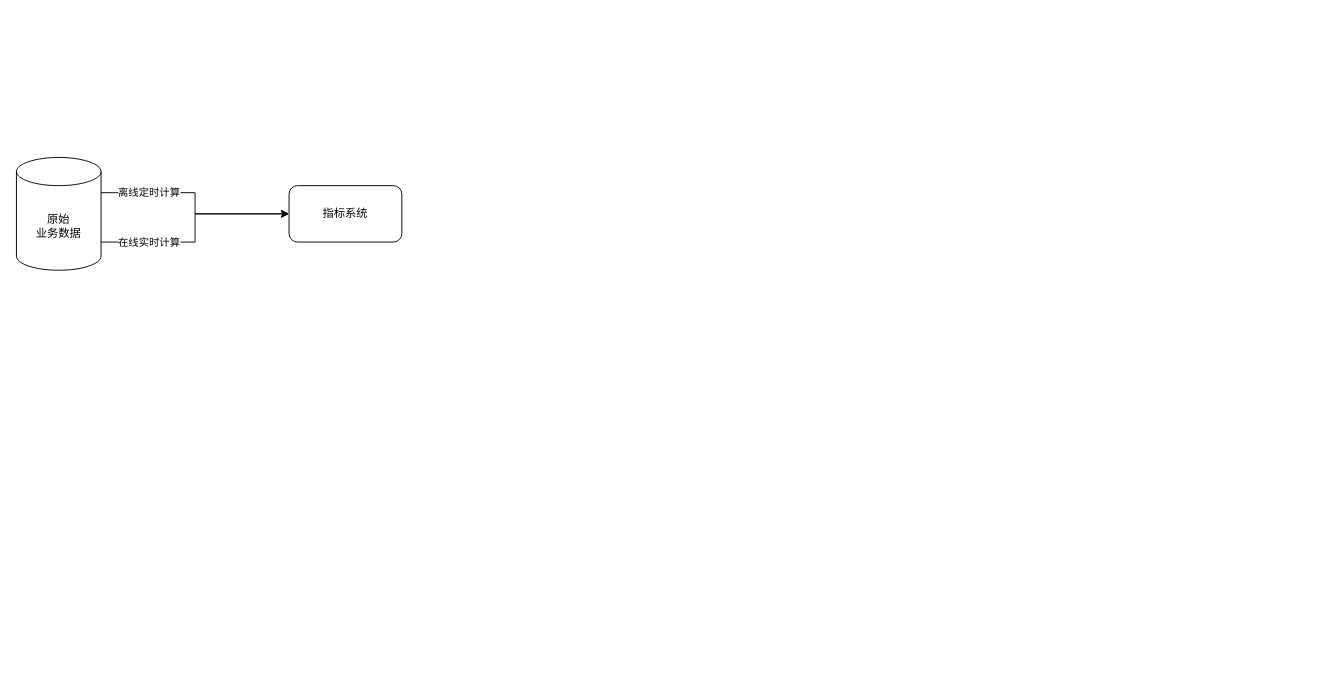
The draw.io diagram 太平/核保体系.drawio in XiaoLiuAI/diagrams, before the edit. Source tidied: cells renumbered, new cells numbered last; positions are measured from the earlier drawing's top-left corner, leaving out a move shared by most shapes. Both pictures are drawn from the tidied source at 94%, with x=0, y=0 at pixel (16, 157).
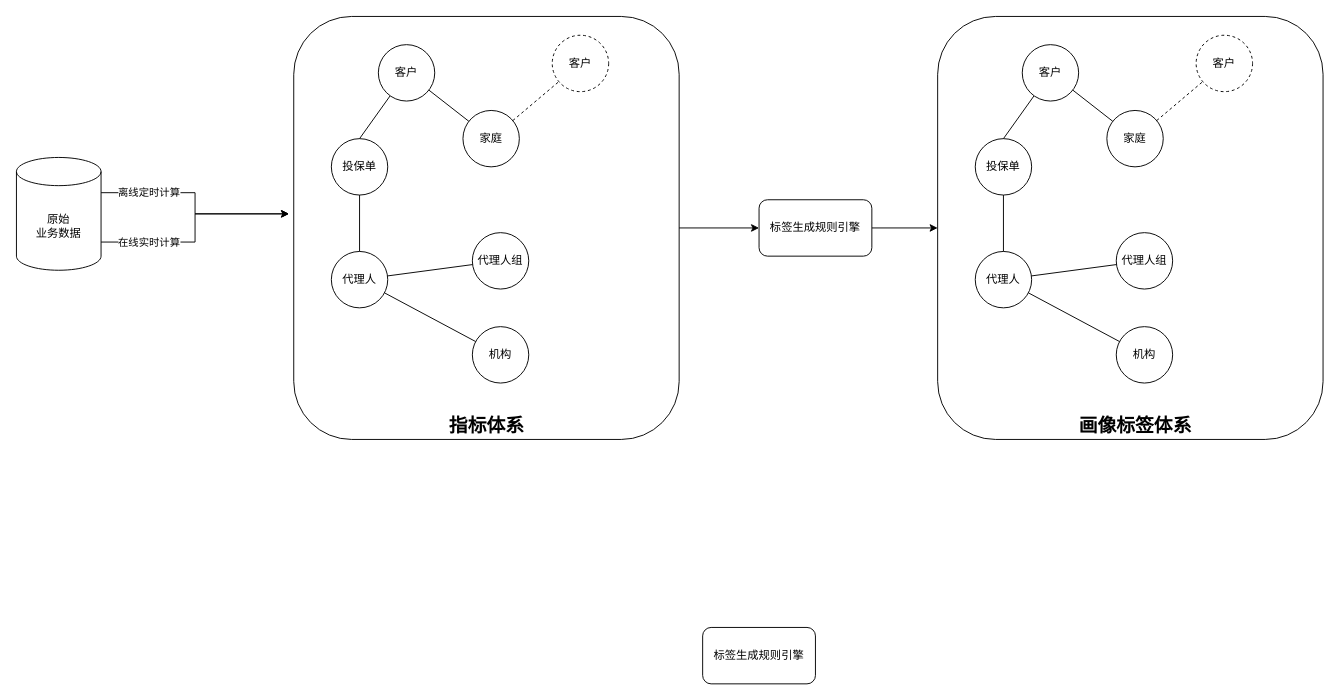
The same page after the edit.

The change refers to these unchanged cells:
```xml
<mxCell id="6" value="原始&lt;br&gt;业务数据" style="shape=cylinder3;whiteSpace=wrap;html=1;boundedLbl=1;backgroundOutline=1;size=15;" parent="1" vertex="1">
  <mxGeometry width="90" height="120" as="geometry" />
</mxCell>
```

The edit, as a diff of the source:
```diff
@@
-    <mxCell id="2" style="edgeStyle=orthogonalEdgeStyle;rounded=0;jettySize=auto;html=1;exitX=1;exitY=0;exitDx=0;exitDy=37.5;exitPerimeter=0;" parent="1" edge="1" source="6" target="7">
+    <mxCell id="2" style="edgeStyle=orthogonalEdgeStyle;rounded=0;jettySize=auto;html=1;exitX=1;exitY=0;exitDx=0;exitDy=37.5;exitPerimeter=0;" parent="1" edge="1" source="6">
       <mxGeometry relative="1" as="geometry">
+        <mxPoint x="290" y="60" as="targetPoint" />
         <Array as="points">
           <mxPoint x="190" y="38" />
           <mxPoint x="190" y="60" />
         </Array>
       </mxGeometry>
     </mxCell>
@@
-    <mxCell id="4" style="edgeStyle=orthogonalEdgeStyle;rounded=0;jettySize=auto;html=1;entryX=0;entryY=0.5;entryDx=0;entryDy=0;" parent="1" edge="1" source="6" target="7">
+    <mxCell id="4" style="edgeStyle=orthogonalEdgeStyle;rounded=0;jettySize=auto;html=1;entryX=0;entryY=0.5;entryDx=0;entryDy=0;" parent="1" edge="1" source="6">
       <mxGeometry relative="1" as="geometry">
+        <mxPoint x="290" y="60" as="targetPoint" />
         <Array as="points">
           <mxPoint x="190" y="90" />
           <mxPoint x="190" y="60" />
         </Array>
       </mxGeometry>
     </mxCell>
@@
-    <mxCell id="7" value="指标系统" style="rounded=1;whiteSpace=wrap;html=1;" parent="1" vertex="1">
-      <mxGeometry x="290" y="30" width="120" height="60" as="geometry" />
-    </mxCell>
+    <mxCell id="8" style="group;" parent="1" vertex="1">
+      <mxGeometry x="295" y="-150" width="410" height="450" as="geometry" />
+    </mxCell>
+    <mxCell id="9" style="rounded=1;whiteSpace=wrap;html=1;fillColor=none;" parent="8" vertex="1">
+      <mxGeometry width="410" height="450" as="geometry" />
+    </mxCell>
+    <mxCell id="10" value="投保单" style="ellipse;whiteSpace=wrap;html=1;" parent="8" vertex="1">
+      <mxGeometry x="40" y="130" width="60" height="60" as="geometry" />
+    </mxCell>
+    <mxCell id="11" style="rounded=0;jettySize=auto;html=1;entryX=0.5;entryY=0;entryDx=0;entryDy=0;endArrow=none;endFill=0;" parent="8" edge="1" source="12" target="10">
+      <mxGeometry relative="1" as="geometry" />
+    </mxCell>
+    <mxCell id="12" value="客户" style="ellipse;whiteSpace=wrap;html=1;" parent="8" vertex="1">
+      <mxGeometry x="90" y="30" width="60" height="60" as="geometry" />
+    </mxCell>
+    <mxCell id="13" value="代理人" style="ellipse;whiteSpace=wrap;html=1;" parent="8" vertex="1">
+      <mxGeometry x="40" y="250" width="60" height="60" as="geometry" />
+    </mxCell>
+    <mxCell id="14" style="rounded=0;jettySize=auto;html=1;endArrow=none;endFill=0;" parent="8" edge="1" source="10" target="13">
+      <mxGeometry relative="1" as="geometry" />
+    </mxCell>
+    <mxCell id="15" value="代理人组" style="ellipse;whiteSpace=wrap;html=1;" parent="8" vertex="1">
+      <mxGeometry x="190" y="230" width="60" height="60" as="geometry" />
+    </mxCell>
+    <mxCell id="16" style="rounded=0;jettySize=auto;html=1;endArrow=none;endFill=0;" parent="8" edge="1" source="13" target="15">
+      <mxGeometry relative="1" as="geometry" />
+    </mxCell>
+    <mxCell id="17" value="家庭" style="ellipse;whiteSpace=wrap;html=1;" parent="8" vertex="1">
+      <mxGeometry x="180" y="100" width="60" height="60" as="geometry" />
+    </mxCell>
+    <mxCell id="18" style="rounded=0;jettySize=auto;html=1;endArrow=none;endFill=0;" parent="8" edge="1" source="12" target="17">
+      <mxGeometry relative="1" as="geometry" />
+    </mxCell>
+    <mxCell id="19" value="机构" style="ellipse;whiteSpace=wrap;html=1;" parent="8" vertex="1">
+      <mxGeometry x="190" y="330" width="60" height="60" as="geometry" />
+    </mxCell>
+    <mxCell id="20" style="rounded=0;jettySize=auto;html=1;endArrow=none;endFill=0;" parent="8" edge="1" source="13" target="19">
+      <mxGeometry relative="1" as="geometry" />
+    </mxCell>
+    <mxCell id="21" value="客户" style="ellipse;whiteSpace=wrap;html=1;dashed=1;" parent="8" vertex="1">
+      <mxGeometry x="275" y="20" width="60" height="60" as="geometry" />
+    </mxCell>
+    <mxCell id="22" style="rounded=0;jettySize=auto;html=1;endArrow=none;endFill=0;dashed=1;" parent="8" edge="1" source="17" target="21">
+      <mxGeometry relative="1" as="geometry" />
+    </mxCell>
+    <mxCell id="23" value="&lt;b&gt;指标体系&lt;/b&gt;" style="text;html=1;strokeColor=none;fillColor=none;align=center;verticalAlign=middle;whiteSpace=wrap;rounded=0;fontSize=20;" parent="8" vertex="1">
+      <mxGeometry x="147.5" y="420" width="115" height="30" as="geometry" />
+    </mxCell>
+    <mxCell id="24" style="group;" parent="1" vertex="1">
+      <mxGeometry x="980" y="-150" width="410" height="450" as="geometry" />
+    </mxCell>
+    <mxCell id="25" style="rounded=1;whiteSpace=wrap;html=1;fillColor=none;" parent="24" vertex="1">
+      <mxGeometry width="410" height="450" as="geometry" />
+    </mxCell>
+    <mxCell id="26" value="投保单" style="ellipse;whiteSpace=wrap;html=1;" parent="24" vertex="1">
+      <mxGeometry x="40" y="130" width="60" height="60" as="geometry" />
+    </mxCell>
+    <mxCell id="27" style="rounded=0;jettySize=auto;html=1;entryX=0.5;entryY=0;entryDx=0;entryDy=0;endArrow=none;endFill=0;" parent="24" edge="1" source="28" target="26">
+      <mxGeometry relative="1" as="geometry" />
+    </mxCell>
+    <mxCell id="28" value="客户" style="ellipse;whiteSpace=wrap;html=1;" parent="24" vertex="1">
+      <mxGeometry x="90" y="30" width="60" height="60" as="geometry" />
+    </mxCell>
+    <mxCell id="29" value="代理人" style="ellipse;whiteSpace=wrap;html=1;" parent="24" vertex="1">
+      <mxGeometry x="40" y="250" width="60" height="60" as="geometry" />
+    </mxCell>
+    <mxCell id="30" style="rounded=0;jettySize=auto;html=1;endArrow=none;endFill=0;" parent="24" edge="1" source="26" target="29">
+      <mxGeometry relative="1" as="geometry" />
+    </mxCell>
+    <mxCell id="31" value="代理人组" style="ellipse;whiteSpace=wrap;html=1;" parent="24" vertex="1">
+      <mxGeometry x="190" y="230" width="60" height="60" as="geometry" />
+    </mxCell>
+    <mxCell id="32" style="rounded=0;jettySize=auto;html=1;endArrow=none;endFill=0;" parent="24" edge="1" source="29" target="31">
+      <mxGeometry relative="1" as="geometry" />
+    </mxCell>
+    <mxCell id="33" value="家庭" style="ellipse;whiteSpace=wrap;html=1;" parent="24" vertex="1">
+      <mxGeometry x="180" y="100" width="60" height="60" as="geometry" />
+    </mxCell>
+    <mxCell id="34" style="rounded=0;jettySize=auto;html=1;endArrow=none;endFill=0;" parent="24" edge="1" source="28" target="33">
+      <mxGeometry relative="1" as="geometry" />
+    </mxCell>
+    <mxCell id="35" value="机构" style="ellipse;whiteSpace=wrap;html=1;" parent="24" vertex="1">
+      <mxGeometry x="190" y="330" width="60" height="60" as="geometry" />
+    </mxCell>
+    <mxCell id="36" style="rounded=0;jettySize=auto;html=1;endArrow=none;endFill=0;" parent="24" edge="1" source="29" target="35">
+      <mxGeometry relative="1" as="geometry" />
+    </mxCell>
+    <mxCell id="37" value="客户" style="ellipse;whiteSpace=wrap;html=1;dashed=1;" parent="24" vertex="1">
+      <mxGeometry x="275" y="20" width="60" height="60" as="geometry" />
+    </mxCell>
+    <mxCell id="38" style="rounded=0;jettySize=auto;html=1;endArrow=none;endFill=0;dashed=1;" parent="24" edge="1" source="33" target="37">
+      <mxGeometry relative="1" as="geometry" />
+    </mxCell>
+    <mxCell id="39" value="&lt;b&gt;画像标签体系&lt;/b&gt;" style="text;html=1;strokeColor=none;fillColor=none;align=center;verticalAlign=middle;whiteSpace=wrap;rounded=0;fontSize=20;" parent="24" vertex="1">
+      <mxGeometry x="138.8" y="420" width="142.5" height="30" as="geometry" />
+    </mxCell>
+    <mxCell id="40" style="edgeStyle=orthogonalEdgeStyle;rounded=0;jettySize=auto;html=1;" parent="1" edge="1" source="41" target="25">
+      <mxGeometry relative="1" as="geometry" />
+    </mxCell>
+    <mxCell id="41" value="标签生成规则引擎" style="rounded=1;whiteSpace=wrap;html=1;" parent="1" vertex="1">
+      <mxGeometry x="790" y="45" width="120" height="60" as="geometry" />
+    </mxCell>
+    <mxCell id="42" style="edgeStyle=orthogonalEdgeStyle;rounded=0;jettySize=auto;html=1;" parent="1" edge="1" source="9" target="41">
+      <mxGeometry relative="1" as="geometry" />
+    </mxCell>
+    <mxCell id="43" value="标签生成规则引擎" style="rounded=1;whiteSpace=wrap;html=1;" parent="1" vertex="1">
+      <mxGeometry x="730" y="500" width="120" height="60" as="geometry" />
+    </mxCell>
```
